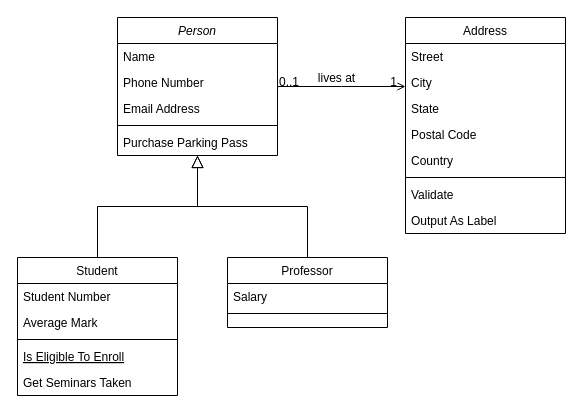
This is Untitled Diagram.drawio from rnoguer22/Introduccion_a_la_Algoritmica, a draw.io file, before an edit. Source tidied: cells renumbered, new cells numbered last; positions are measured from the earlier drawing's top-left corner, leaving out a move shared by most shapes. Both pictures are drawn from the tidied source at 100%, with x=0, y=0 at pixel (17, 17).
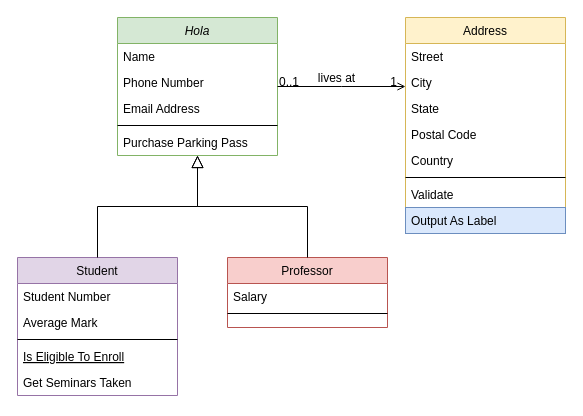
The same diagram, later.

Commit message:
Diagrama de Prueba

What changed in the source:
```diff
@@
-    <mxCell id="2" value="Person" style="swimlane;fontStyle=2;align=center;verticalAlign=top;horizontal=1;startSize=26;rounded=0;shadow=0;strokeWidth=1;" parent="1" vertex="1">
+    <mxCell id="2" value="Hola" style="swimlane;fontStyle=2;align=center;verticalAlign=top;horizontal=1;startSize=26;rounded=0;shadow=0;strokeWidth=1;fillColor=#d5e8d4;strokeColor=#82b366;" parent="1" vertex="1">
       <mxGeometry x="100" width="160" height="138" as="geometry" />
     </mxCell>
@@
-    <mxCell id="8" value="Student" style="swimlane;fontStyle=0;align=center;verticalAlign=top;horizontal=1;startSize=26;rounded=0;shadow=0;strokeWidth=1;" parent="1" vertex="1">
+    <mxCell id="8" value="Student" style="swimlane;fontStyle=0;align=center;verticalAlign=top;horizontal=1;startSize=26;rounded=0;shadow=0;strokeWidth=1;fillColor=#e1d5e7;strokeColor=#9673a6;" parent="1" vertex="1">
       <mxGeometry y="240" width="160" height="138" as="geometry" />
     </mxCell>
@@
-    <mxCell id="15" value="Professor" style="swimlane;fontStyle=0;align=center;verticalAlign=top;horizontal=1;startSize=26;rounded=0;shadow=0;strokeWidth=1;" parent="1" vertex="1">
+    <mxCell id="15" value="Professor" style="swimlane;fontStyle=0;align=center;verticalAlign=top;horizontal=1;startSize=26;rounded=0;shadow=0;strokeWidth=1;fillColor=#f8cecc;strokeColor=#b85450;" parent="1" vertex="1">
       <mxGeometry x="210" y="240" width="160" height="70" as="geometry" />
     </mxCell>
@@
-    <mxCell id="19" value="Address" style="swimlane;fontStyle=0;align=center;verticalAlign=top;horizontal=1;startSize=26;rounded=0;shadow=0;strokeWidth=1;" parent="1" vertex="1">
+    <mxCell id="19" value="Address" style="swimlane;fontStyle=0;align=center;verticalAlign=top;horizontal=1;startSize=26;rounded=0;shadow=0;strokeWidth=1;fillColor=#fff2cc;strokeColor=#d6b656;" parent="1" vertex="1">
       <mxGeometry x="388" width="160" height="216" as="geometry" />
     </mxCell>
@@
-    <mxCell id="27" value="Output As Label" style="text;align=left;verticalAlign=top;spacingLeft=4;spacingRight=4;overflow=hidden;" parent="19" vertex="1">
+    <mxCell id="27" value="Output As Label" style="text;align=left;verticalAlign=top;spacingLeft=4;spacingRight=4;overflow=hidden;fillColor=#dae8fc;strokeColor=#6c8ebf;" parent="19" vertex="1">
       <mxGeometry y="190" width="160" height="26" as="geometry" />
     </mxCell>
```
